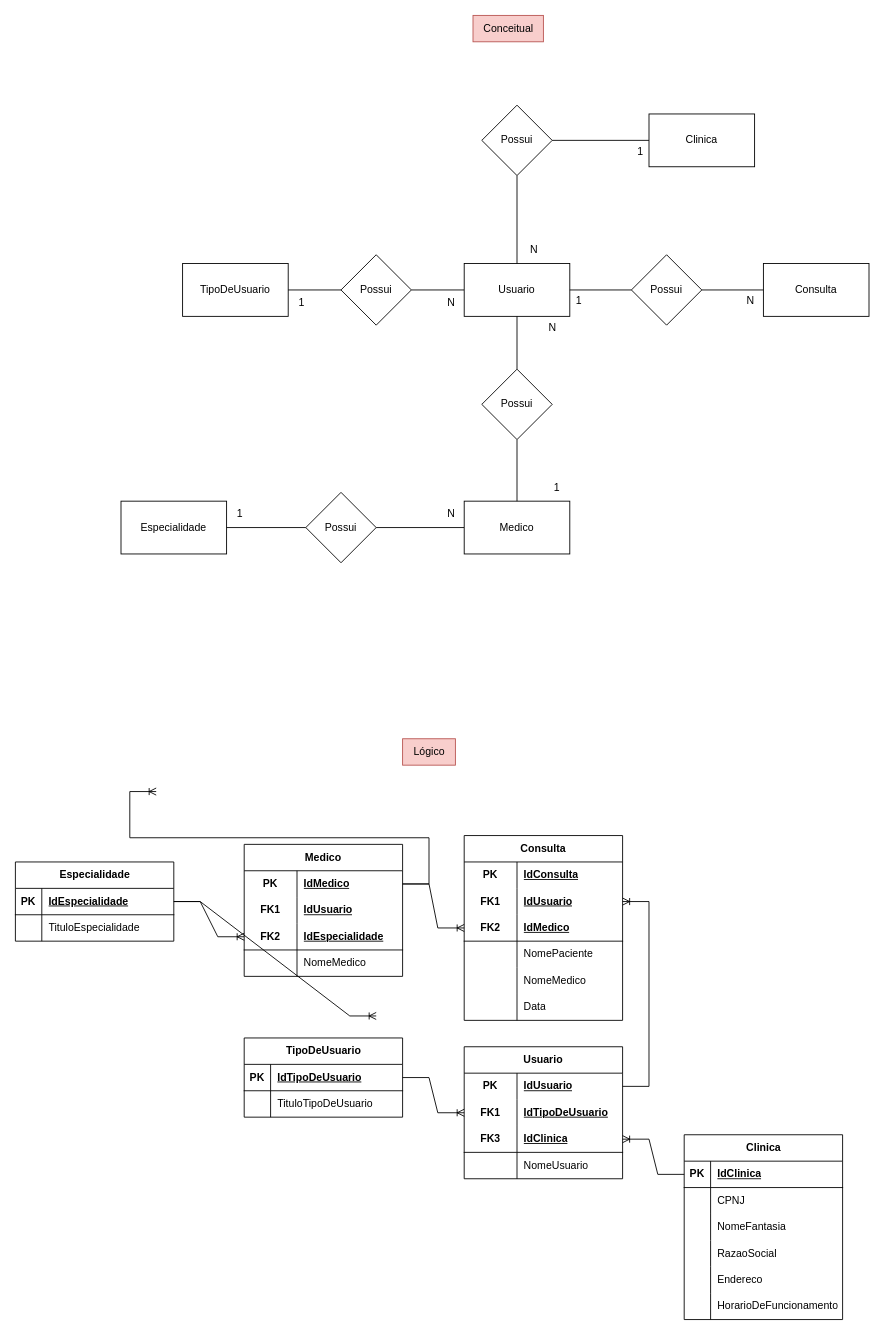
This is Projetos/Projeto_HealthClinic/MER_HealthClinic.drawio from GuilhermeOliveira23/2-Semestre-SENAI, a draw.io file, before an edit. Source tidied: cells renumbered, new cells numbered last; positions are measured from the earlier drawing's top-left corner, leaving out a move shared by most shapes. Both pictures are drawn from the tidied source at 88%, with x=0, y=0 at pixel (15, 15).
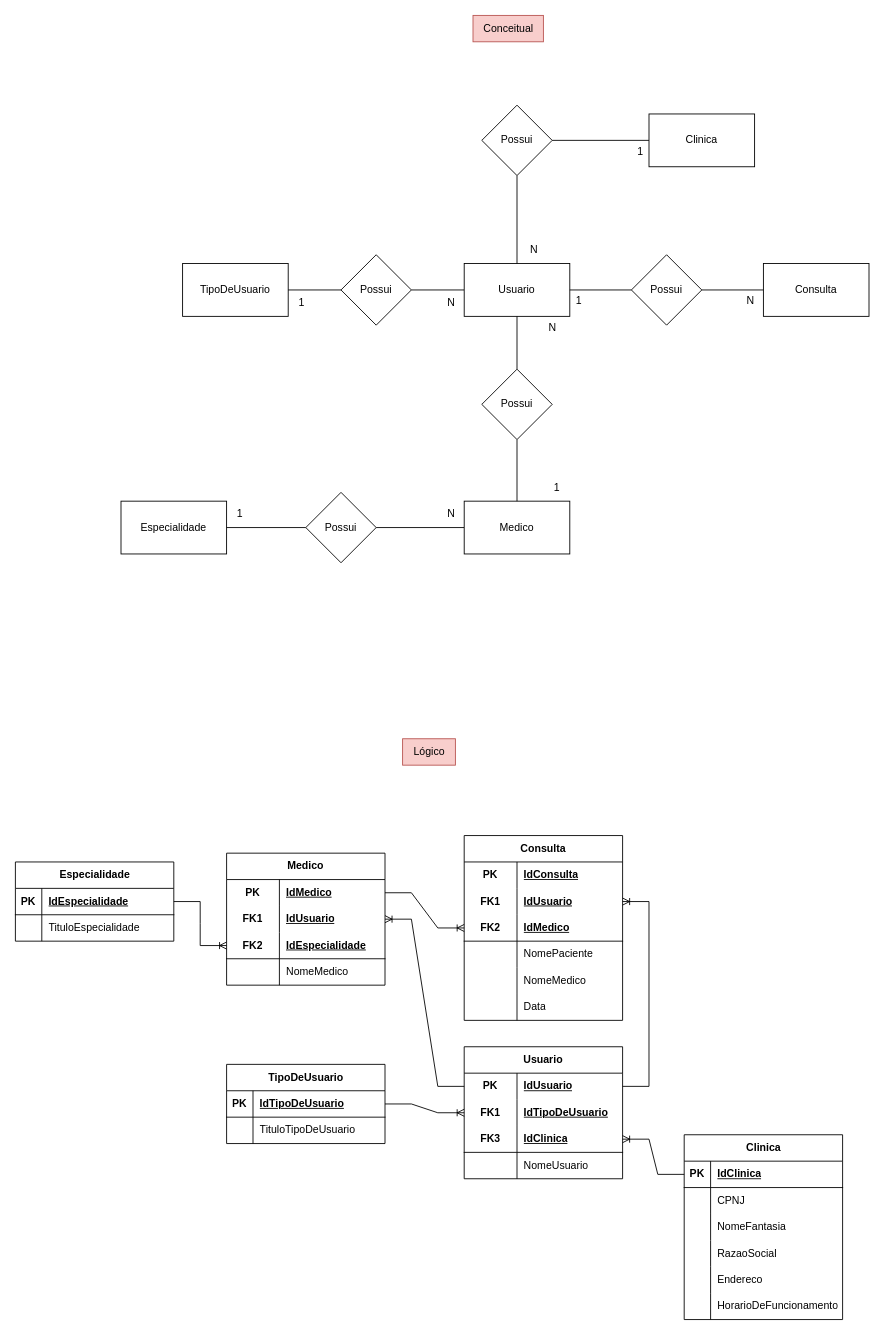
After the change.

Commit message:
Ajustes No Projeto HealthClinic

The change refers to these unchanged cells:
```xml
<mxCell id="20" style="shape=tableRow;horizontal=0;startSize=0;swimlaneHead=0;swimlaneBody=0;fillColor=none;points=[[0,0.5],[1,0.5]];portConstraint=eastwest;top=0;left=0;right=0;bottom=0;html=1;" parent="19" vertex="1">
  <mxGeometry y="30" width="180" height="30" as="geometry" />
</mxCell>
<mxCell id="52" style="shape=tableRow;horizontal=0;startSize=0;swimlaneHead=0;swimlaneBody=0;fillColor=none;points=[[0,0.5],[1,0.5]];portConstraint=eastwest;top=0;left=0;right=0;bottom=1;" parent="51" vertex="1">
  <mxGeometry y="30" width="180" height="30" as="geometry" />
</mxCell>
<mxCell id="93" style="shape=tableRow;horizontal=0;startSize=0;swimlaneHead=0;swimlaneBody=0;fillColor=none;points=[[0,0.5],[1,0.5]];portConstraint=eastwest;top=0;left=0;right=0;bottom=0;html=1;" parent="92" vertex="1">
  <mxGeometry y="30" width="180" height="30" as="geometry" />
</mxCell>
<mxCell id="96" style="shape=tableRow;horizontal=0;startSize=0;swimlaneHead=0;swimlaneBody=0;fillColor=none;points=[[0,0.5],[1,0.5]];portConstraint=eastwest;top=0;left=0;right=0;bottom=0;html=1;" parent="92" vertex="1">
  <mxGeometry y="60" width="180" height="30" as="geometry" />
</mxCell>
```

Diff of the diagram source:
```diff
@@
     <mxCell id="59" value="TipoDeUsuario" style="shape=table;startSize=30;childLayout=tableLayout;rowLines=0;fontStyle=1;align=center;html=1;" parent="1" vertex="1">
-      <mxGeometry x="260" y="1162" width="180" height="90" as="geometry" />
+      <mxGeometry x="240" y="1192" width="180" height="90" as="geometry" />
     </mxCell>
@@
     <mxCell id="92" value="Medico" style="shape=table;startSize=30;childLayout=tableLayout;rowLines=0;fontStyle=1;align=center;html=1;whiteSpace=wrap;" parent="1" vertex="1">
-      <mxGeometry x="260" y="942" width="180" height="150" as="geometry" />
+      <mxGeometry x="240" y="952" width="180" height="150" as="geometry" />
     </mxCell>
@@
-    <mxCell id="105" style="edgeStyle=entityRelationEdgeStyle;fontSize=12;html=1;endArrow=ERoneToMany;rounded=0;exitX=1;exitY=0.5;exitDx=0;exitDy=0;entryX=0;entryY=0.5;entryDx=0;entryDy=0;" parent="1" edge="1" source="52">
-      <mxGeometry relative="1" as="geometry">
-        <mxPoint x="410" y="1137" as="targetPoint" />
-      </mxGeometry>
-    </mxCell>
-    <mxCell id="106" style="edgeStyle=entityRelationEdgeStyle;fontSize=12;html=1;endArrow=ERoneToMany;rounded=0;exitX=1;exitY=0.5;exitDx=0;exitDy=0;entryX=0;entryY=0.5;entryDx=0;entryDy=0;" parent="1" edge="1" source="93">
-      <mxGeometry relative="1" as="geometry">
-        <mxPoint x="160" y="882" as="targetPoint" />
-      </mxGeometry>
-    </mxCell>
@@
+    <mxCell id="120" style="edgeStyle=entityRelationEdgeStyle;fontSize=12;html=1;endArrow=ERoneToMany;rounded=0;exitX=0;exitY=0.5;exitDx=0;exitDy=0;entryX=1;entryY=0.5;entryDx=0;entryDy=0;" parent="1" edge="1" source="20" target="96">
+      <mxGeometry relative="1" as="geometry" />
+    </mxCell>
```
